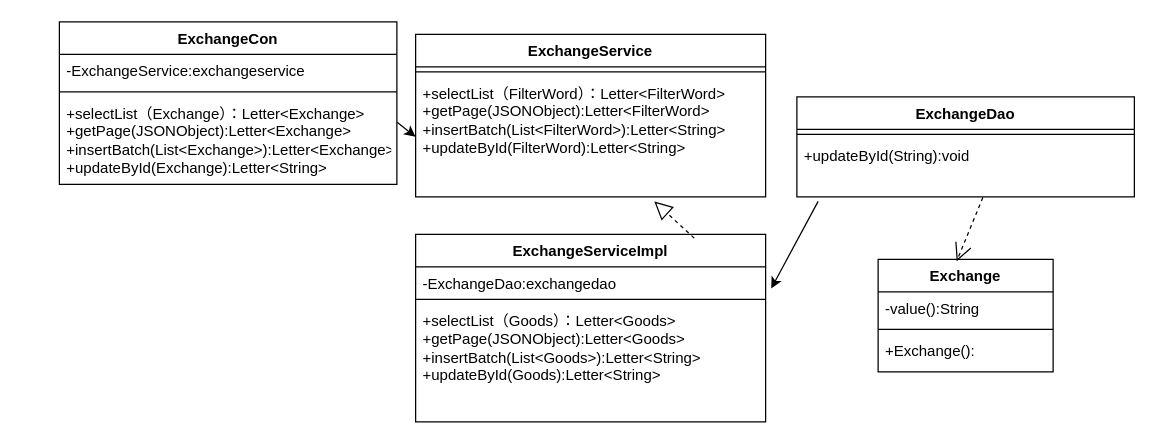
kkq22/clash keeps this draw.io diagram as 类图2.drawio. Above is the earlier version. Source tidied: cells renumbered, new cells numbered last; positions are measured from the earlier drawing's top-left corner, leaving out a move shared by most shapes. Both pictures are drawn from the tidied source at 125%, with x=0, y=0 at pixel (59, 21).
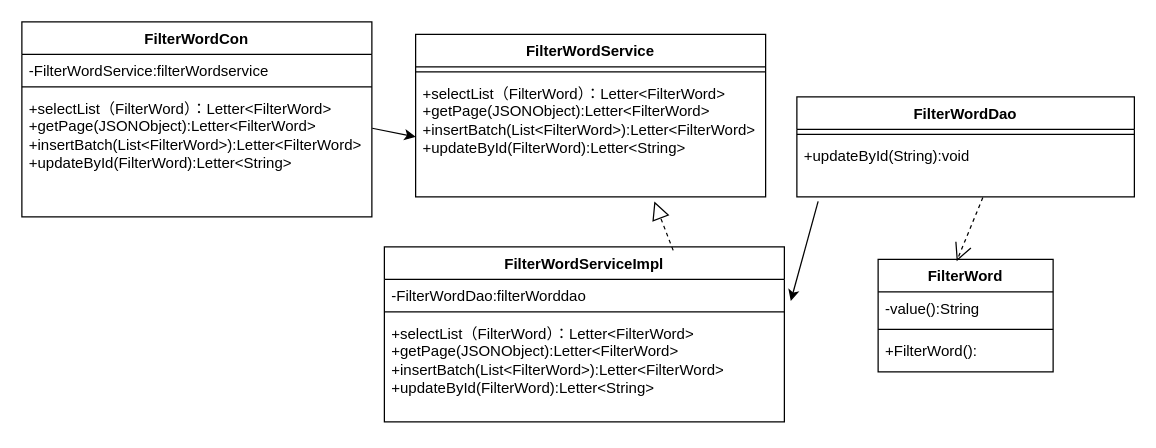
Above is the later version.

Change to the diagram source:
```diff
@@
-    <mxCell id="2" value="ExchangeService" style="swimlane;fontStyle=1;align=center;verticalAlign=top;horizontal=1;startSize=26;whiteSpace=wrap;html=1;" parent="1" vertex="1">
+    <mxCell id="2" value="FilterWordService" style="swimlane;fontStyle=1;align=center;verticalAlign=top;horizontal=1;startSize=26;whiteSpace=wrap;html=1;" parent="1" vertex="1">
       <mxGeometry x="285" y="10" width="280" height="130" as="geometry" />
     </mxCell>
@@
-    <mxCell id="4" value="+selectList（FilterWord）：Letter&amp;lt;FilterWord&amp;gt;&lt;br style=&quot;border-color: var(--border-color);&quot;&gt;+getPage(JSONObject):Letter&amp;lt;FilterWord&amp;gt;&lt;br style=&quot;border-color: var(--border-color);&quot;&gt;+insertBatch(List&amp;lt;FilterWord&amp;gt;):Letter&amp;lt;String&amp;gt;&lt;br style=&quot;border-color: var(--border-color);&quot;&gt;+updateById(FilterWord):Letter&amp;lt;String&amp;gt;" style="text;strokeColor=none;fillColor=none;align=left;verticalAlign=top;spacingLeft=4;spacingRight=4;overflow=hidden;points=[[0,0.5],[1,0.5]];portConstraint=eastwest;whiteSpace=wrap;html=1;" parent="2" vertex="1">
+    <mxCell id="4" value="+selectList（FilterWord）：Letter&amp;lt;FilterWord&amp;gt;&lt;br style=&quot;border-color: var(--border-color);&quot;&gt;+getPage(JSONObject):Letter&amp;lt;FilterWord&amp;gt;&lt;br style=&quot;border-color: var(--border-color);&quot;&gt;+insertBatch(List&amp;lt;FilterWord&amp;gt;):Letter&amp;lt;FilterWord&amp;gt;&lt;br style=&quot;border-color: var(--border-color);&quot;&gt;+updateById(FilterWord):Letter&amp;lt;String&amp;gt;" style="text;strokeColor=none;fillColor=none;align=left;verticalAlign=top;spacingLeft=4;spacingRight=4;overflow=hidden;points=[[0,0.5],[1,0.5]];portConstraint=eastwest;whiteSpace=wrap;html=1;" parent="2" vertex="1">
       <mxGeometry y="34" width="280" height="96" as="geometry" />
     </mxCell>
-    <mxCell id="5" value="ExchangeCon" style="swimlane;fontStyle=1;align=center;verticalAlign=top;horizontal=1;startSize=26;whiteSpace=wrap;html=1;" parent="1" vertex="1">
-      <mxGeometry width="270" height="130" as="geometry" />
+    <mxCell id="5" value="FilterWordCon" style="swimlane;fontStyle=1;align=center;verticalAlign=top;horizontal=1;startSize=26;whiteSpace=wrap;html=1;" parent="1" vertex="1">
+      <mxGeometry x="-30" width="280" height="156" as="geometry" />
     </mxCell>
-    <mxCell id="6" value="-ExchangeService:exchangeservice" style="text;strokeColor=none;fillColor=none;align=left;verticalAlign=top;spacingLeft=4;spacingRight=4;overflow=hidden;whiteSpace=wrap;html=1;" parent="5" vertex="1">
-      <mxGeometry y="26" width="270" height="26" as="geometry" />
+    <mxCell id="6" value="-FilterWordService:filterWordservice" style="text;strokeColor=none;fillColor=none;align=left;verticalAlign=top;spacingLeft=4;spacingRight=4;overflow=hidden;whiteSpace=wrap;html=1;" parent="5" vertex="1">
+      <mxGeometry y="26" width="280" height="22" as="geometry" />
     </mxCell>
     <mxCell id="7" style="line;strokeWidth=1;fillColor=none;align=left;verticalAlign=middle;spacingTop=-1;spacingLeft=3;spacingRight=3;labelPosition=right;strokeColor=inherit;" parent="5" vertex="1">
-      <mxGeometry y="52" width="270" height="8" as="geometry" />
+      <mxGeometry y="48" width="280" height="8" as="geometry" />
     </mxCell>
-    <mxCell id="8" value="+selectList（Exchange）：Letter&amp;lt;Exchange&amp;gt;&lt;br&gt;+getPage(JSONObject):Letter&amp;lt;Exchange&amp;gt;&lt;br&gt;+insertBatch(List&amp;lt;Exchange&amp;gt;):Letter&amp;lt;Exchange&amp;gt;&lt;br&gt;+updateById(Exchange):Letter&amp;lt;String&amp;gt;" style="text;strokeColor=none;fillColor=none;align=left;verticalAlign=top;spacingLeft=4;spacingRight=4;overflow=hidden;points=[[0,0.5],[1,0.5]];portConstraint=eastwest;whiteSpace=wrap;html=1;" parent="5" vertex="1">
-      <mxGeometry y="60" width="270" height="70" as="geometry" />
+    <mxCell id="8" value="+selectList（FilterWord）：Letter&amp;lt;FilterWord&amp;gt;&lt;br&gt;+getPage(JSONObject):Letter&amp;lt;FilterWord&amp;gt;&lt;br&gt;+insertBatch(List&amp;lt;FilterWord&amp;gt;):Letter&amp;lt;FilterWord&amp;gt;&lt;br&gt;+updateById(FilterWord):Letter&amp;lt;String&amp;gt;" style="text;strokeColor=none;fillColor=none;align=left;verticalAlign=top;spacingLeft=4;spacingRight=4;overflow=hidden;points=[[0,0.5],[1,0.5]];portConstraint=eastwest;whiteSpace=wrap;html=1;" parent="5" vertex="1">
+      <mxGeometry y="56" width="280" height="100" as="geometry" />
     </mxCell>
-    <mxCell id="9" value="ExchangeServiceImpl" style="swimlane;fontStyle=1;align=center;verticalAlign=top;horizontal=1;startSize=26;whiteSpace=wrap;html=1;" parent="1" vertex="1">
-      <mxGeometry x="285" y="170" width="280" height="150" as="geometry" />
+    <mxCell id="9" value="FilterWordServiceImpl" style="swimlane;fontStyle=1;align=center;verticalAlign=top;horizontal=1;startSize=26;whiteSpace=wrap;html=1;" parent="1" vertex="1">
+      <mxGeometry x="260" y="180" width="320" height="140" as="geometry" />
     </mxCell>
-    <mxCell id="10" value="-ExchangeDao:exchangedao" style="text;strokeColor=none;fillColor=none;align=left;verticalAlign=top;spacingLeft=4;spacingRight=4;overflow=hidden;points=[[0,0.5],[1,0.5]];portConstraint=eastwest;whiteSpace=wrap;html=1;" parent="9" vertex="1">
-      <mxGeometry y="26" width="280" height="22" as="geometry" />
+    <mxCell id="10" value="-FilterWordDao:filterWorddao" style="text;strokeColor=none;fillColor=none;align=left;verticalAlign=top;spacingLeft=4;spacingRight=4;overflow=hidden;points=[[0,0.5],[1,0.5]];portConstraint=eastwest;whiteSpace=wrap;html=1;" parent="9" vertex="1">
+      <mxGeometry y="26" width="320" height="22" as="geometry" />
     </mxCell>
     <mxCell id="11" style="line;strokeWidth=1;fillColor=none;align=left;verticalAlign=middle;spacingTop=-1;spacingLeft=3;spacingRight=3;labelPosition=right;strokeColor=inherit;" parent="9" vertex="1">
-      <mxGeometry y="48" width="280" height="8" as="geometry" />
+      <mxGeometry y="48" width="320" height="8" as="geometry" />
     </mxCell>
-    <mxCell id="12" value="+selectList（Goods）：Letter&amp;lt;Goods&amp;gt;&lt;br style=&quot;border-color: var(--border-color);&quot;&gt;+getPage(JSONObject):Letter&amp;lt;Goods&amp;gt;&lt;br style=&quot;border-color: var(--border-color);&quot;&gt;+insertBatch(List&amp;lt;Goods&amp;gt;):Letter&amp;lt;String&amp;gt;&lt;br style=&quot;border-color: var(--border-color);&quot;&gt;+updateById(Goods):Letter&amp;lt;String&amp;gt;" style="text;strokeColor=none;fillColor=none;align=left;verticalAlign=top;spacingLeft=4;spacingRight=4;overflow=hidden;whiteSpace=wrap;html=1;" parent="9" vertex="1">
-      <mxGeometry y="56" width="280" height="94" as="geometry" />
+    <mxCell id="12" value="+selectList（FilterWord）：Letter&amp;lt;FilterWord&amp;gt;&lt;br style=&quot;border-color: var(--border-color);&quot;&gt;+getPage(JSONObject):Letter&amp;lt;FilterWord&amp;gt;&lt;br style=&quot;border-color: var(--border-color);&quot;&gt;+insertBatch(List&amp;lt;FilterWord&amp;gt;):Letter&amp;lt;FilterWord&amp;gt;&lt;br style=&quot;border-color: var(--border-color);&quot;&gt;+updateById(FilterWord):Letter&amp;lt;String&amp;gt;" style="text;strokeColor=none;fillColor=none;align=left;verticalAlign=top;spacingLeft=4;spacingRight=4;overflow=hidden;whiteSpace=wrap;html=1;" parent="9" vertex="1">
+      <mxGeometry y="56" width="320" height="84" as="geometry" />
     </mxCell>
-    <mxCell id="13" value="ExchangeDao" style="swimlane;fontStyle=1;align=center;verticalAlign=top;horizontal=1;startSize=26;whiteSpace=wrap;html=1;" parent="1" vertex="1">
+    <mxCell id="13" value="FilterWordDao" style="swimlane;fontStyle=1;align=center;verticalAlign=top;horizontal=1;startSize=26;whiteSpace=wrap;html=1;" parent="1" vertex="1">
       <mxGeometry x="590" y="60" width="270" height="80" as="geometry" />
     </mxCell>
@@
-    <mxCell id="16" value="Exchange" style="swimlane;fontStyle=1;align=center;verticalAlign=top;horizontal=1;startSize=26;whiteSpace=wrap;html=1;" parent="1" vertex="1">
+    <mxCell id="16" value="FilterWord" style="swimlane;fontStyle=1;align=center;verticalAlign=top;horizontal=1;startSize=26;whiteSpace=wrap;html=1;" parent="1" vertex="1">
       <mxGeometry x="655" y="190" width="140" height="90" as="geometry" />
     </mxCell>
@@
-    <mxCell id="19" value="+Exchange():" style="text;strokeColor=none;fillColor=none;align=left;verticalAlign=top;spacingLeft=4;spacingRight=4;overflow=hidden;whiteSpace=wrap;html=1;" parent="16" vertex="1">
+    <mxCell id="19" value="+FilterWord():" style="text;strokeColor=none;fillColor=none;align=left;verticalAlign=top;spacingLeft=4;spacingRight=4;overflow=hidden;whiteSpace=wrap;html=1;" parent="16" vertex="1">
       <mxGeometry y="60" width="140" height="30" as="geometry" />
     </mxCell>
-    <mxCell id="20" style="endArrow=block;dashed=1;endFill=0;endSize=12;html=1;rounded=0;entryX=0.682;entryY=1.038;entryDx=0;entryDy=0;entryPerimeter=0;exitX=0.796;exitY=0.02;exitDx=0;exitDy=0;exitPerimeter=0;" parent="1" edge="1" source="9" target="4">
+    <mxCell id="20" style="endArrow=block;dashed=1;endFill=0;endSize=12;html=1;rounded=0;entryX=0.682;entryY=1.038;entryDx=0;entryDy=0;entryPerimeter=0;exitX=0.722;exitY=0.02;exitDx=0;exitDy=0;exitPerimeter=0;" parent="1" edge="1" source="9" target="4">
       <mxGeometry relative="1" as="geometry" />
     </mxCell>
```
